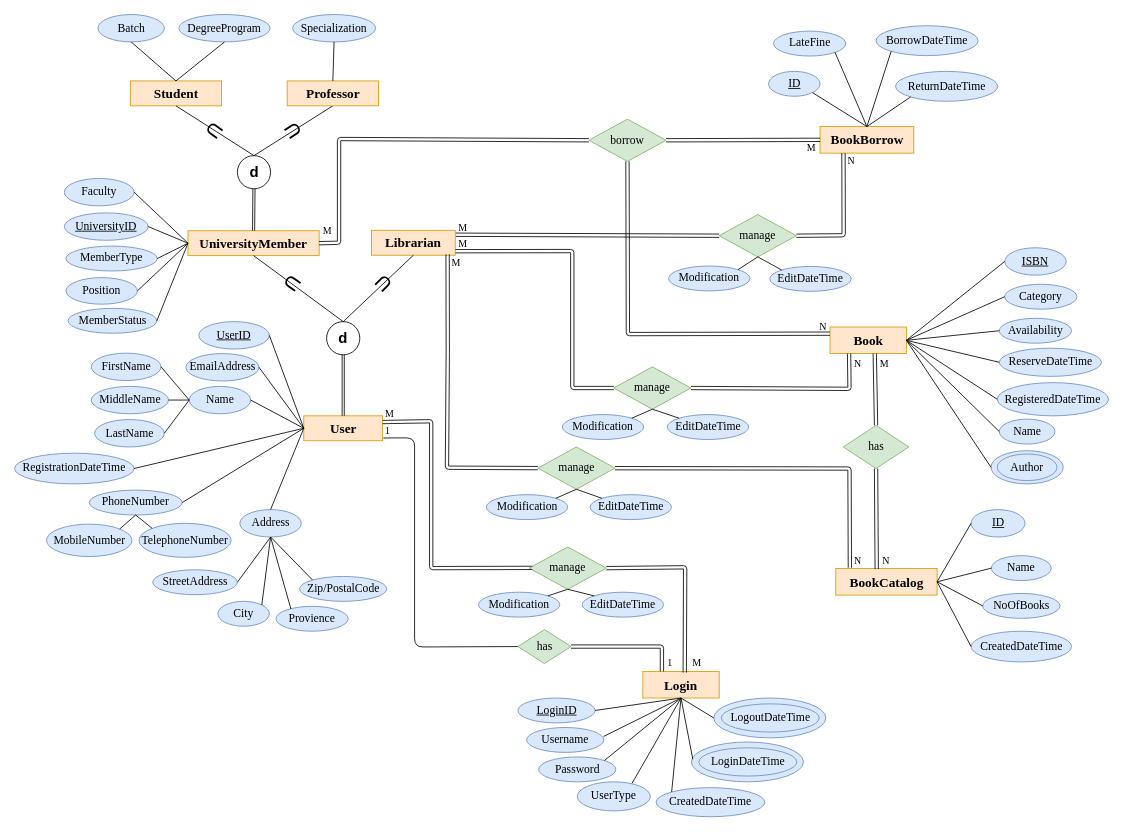
Above: Documentation/Database/1.EERD/lsulibraryDB_EERD.drawio in hvlhasanka/Pearson_HND_Computing_Y1S2-Unit10_Web_Design_and_Development (draw.io), before the change. Source tidied: cells renumbered, new cells numbered last; positions are measured from the earlier drawing's top-left corner, leaving out a move shared by most shapes. Both pictures are drawn from the tidied source at 83%, with x=0, y=0 at pixel (14, 14).
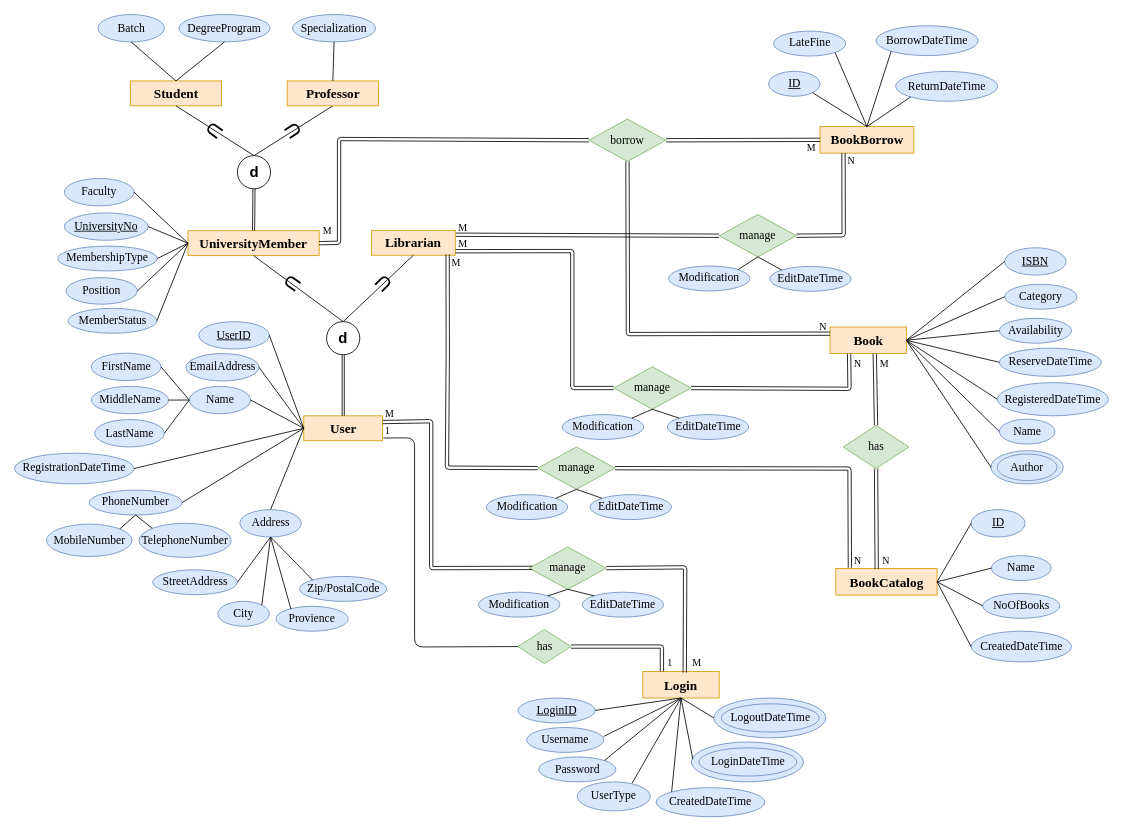
After the change.

The edit, as a diff of the source:
```diff
@@
-    <mxCell id="24" value="&lt;u&gt;UniversityID&lt;/u&gt;" style="ellipse;whiteSpace=wrap;html=1;fontFamily=Times New Roman;fontSize=14;fillColor=#dae8fc;strokeColor=#6c8ebf;" parent="1" vertex="1">
+    <mxCell id="24" value="&lt;u&gt;UniversityNo&lt;/u&gt;" style="ellipse;whiteSpace=wrap;html=1;fontFamily=Times New Roman;fontSize=14;fillColor=#dae8fc;strokeColor=#6c8ebf;" parent="1" vertex="1">
       <mxGeometry x="60" y="239" width="101" height="33" as="geometry" />
     </mxCell>
@@
-    <mxCell id="44" value="MemberType" style="ellipse;whiteSpace=wrap;html=1;fontFamily=Times New Roman;fontSize=14;fillColor=#dae8fc;strokeColor=#6c8ebf;" parent="1" vertex="1">
-      <mxGeometry x="62" y="279" width="110" height="30" as="geometry" />
+    <mxCell id="44" value="MembershipType" style="ellipse;whiteSpace=wrap;html=1;fontFamily=Times New Roman;fontSize=14;fillColor=#dae8fc;strokeColor=#6c8ebf;" parent="1" vertex="1">
+      <mxGeometry x="52" y="279" width="120" height="30" as="geometry" />
     </mxCell>
```
